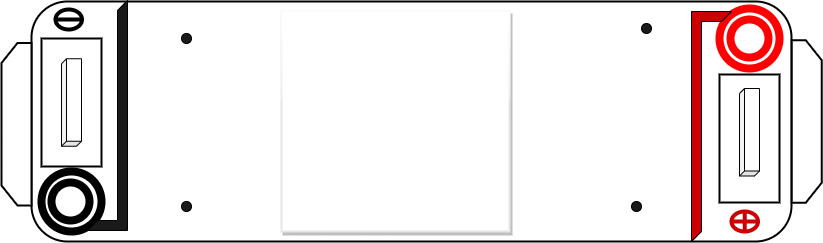
Above: experiment/simulation/images/case.png in virtual-labs/exp-dna-agarose-gel-electrophoresis-iitkgp (draw.io), before the change. Source tidied: cells renumbered, new cells last; positions are measured from the earlier drawing's top-left corner, leaving out a move shared by most shapes.
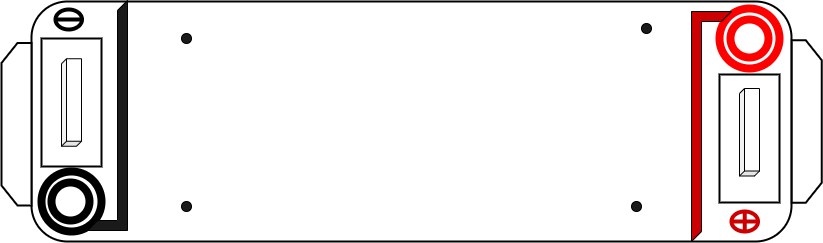
The same diagram one commit later.

Change to the diagram source:
```diff
@@ -11,9 +11,6 @@
     <mxCell id="4" style="shape=loopLimit;whiteSpace=wrap;html=1;rotation=90;strokeWidth=2;" parent="1" vertex="1">
       <mxGeometry x="790" y="106" width="162.5" height="30" as="geometry" />
     </mxCell>
-    <mxCell id="5" style="rounded=0;whiteSpace=wrap;html=1;strokeWidth=2;glass=1;shadow=1;strokeColor=#E6E6E6;" parent="1" vertex="1">
-      <mxGeometry x="346" y="11" width="228" height="220" as="geometry" />
-    </mxCell>
     <mxCell id="6" style="ellipse;whiteSpace=wrap;html=1;strokeWidth=8;" parent="1" vertex="1">
       <mxGeometry x="106" y="171" width="60" height="60" as="geometry" />
     </mxCell>
```
